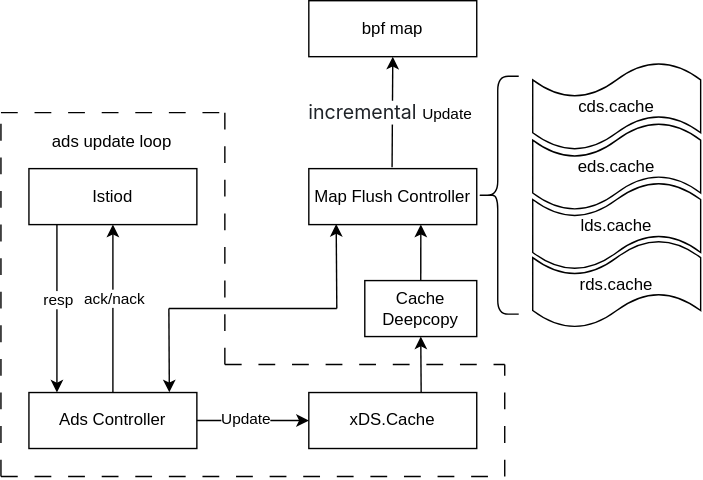
Earlier version of the draw.io export docs/proposal/pics/map_flush.svg (kmesh-net/kmesh). Source tidied: cells renumbered, new cells last; positions are measured from the earlier drawing's top-left corner, leaving out a move shared by most shapes.
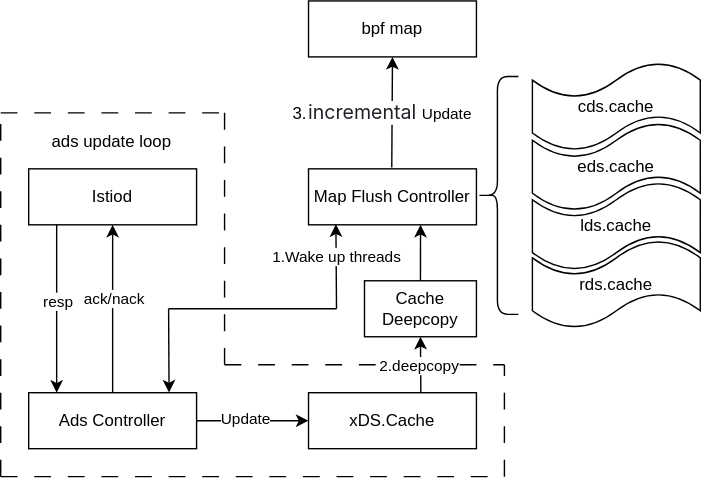
After the change.

The edit, as a diff of the source:
```diff
@@ -89,6 +89,11 @@
         <mxPoint x="300" y="240" as="targetPoint" />
       </mxGeometry>
     </mxCell>
+    <mxCell id="33" value="2.deepcopy" style="edgeLabel;html=1;align=center;verticalAlign=middle;" parent="21" vertex="1">
+      <mxGeometry x="-0.13" y="1" relative="1" as="geometry">
+        <mxPoint y="-2" as="offset" />
+      </mxGeometry>
+    </mxCell>
     <mxCell id="22" style="endArrow=classic;html=1;rounded=0;exitX=0.5;exitY=0;exitDx=0;exitDy=0;entryX=0.667;entryY=1;entryDx=0;entryDy=0;entryPerimeter=0;" parent="1" edge="1" source="20" target="3">
       <mxGeometry relative="1" as="geometry" />
     </mxCell>
@@ -97,6 +102,11 @@
         <mxPoint x="240" y="220" as="sourcePoint" />
       </mxGeometry>
     </mxCell>
+    <mxCell id="34" value="1.Wake up threads" style="edgeLabel;html=1;align=center;verticalAlign=middle;" parent="23" vertex="1">
+      <mxGeometry x="0.12" relative="1" as="geometry">
+        <mxPoint y="-4" as="offset" />
+      </mxGeometry>
+    </mxCell>
     <mxCell id="24" style="endArrow=none;html=1;rounded=0;" parent="1" edge="1">
       <mxGeometry relative="1" as="geometry">
         <mxPoint x="120" y="220" as="sourcePoint" />
@@ -131,5 +141,8 @@
     <mxCell id="32" value="rds.cache" style="shape=tape;whiteSpace=wrap;html=1;" parent="1" vertex="1">
       <mxGeometry x="380" y="171" width="120" height="63" as="geometry" />
     </mxCell>
+    <mxCell id="35" value="3." style="text;html=1;align=center;verticalAlign=middle;whiteSpace=wrap;rounded=0;" parent="1" vertex="1">
+      <mxGeometry x="184" y="65.5" width="60" height="30" as="geometry" />
+    </mxCell>
   </root>
 </mxGraphModel>
```
